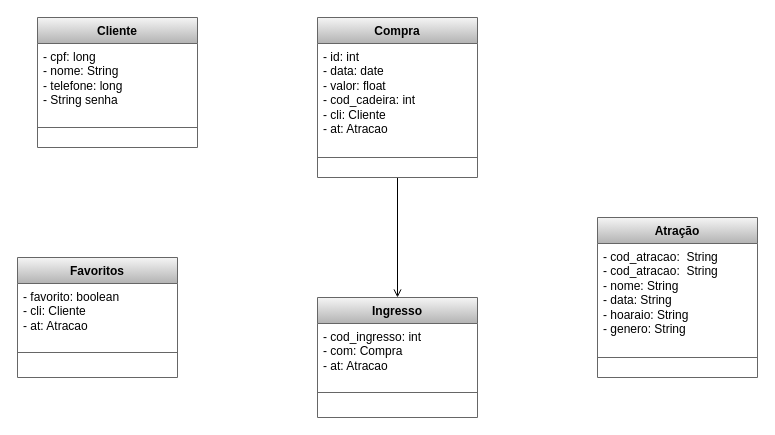
Above: Diagrama de Classes.drawio in JudilenaGalvao/Projeto-POO (draw.io), before the change. Source tidied: cells renumbered, new cells numbered last; positions are measured from the earlier drawing's top-left corner, leaving out a move shared by most shapes. Both pictures are drawn from the tidied source at 100%, with x=0, y=0 at pixel (17, 17).
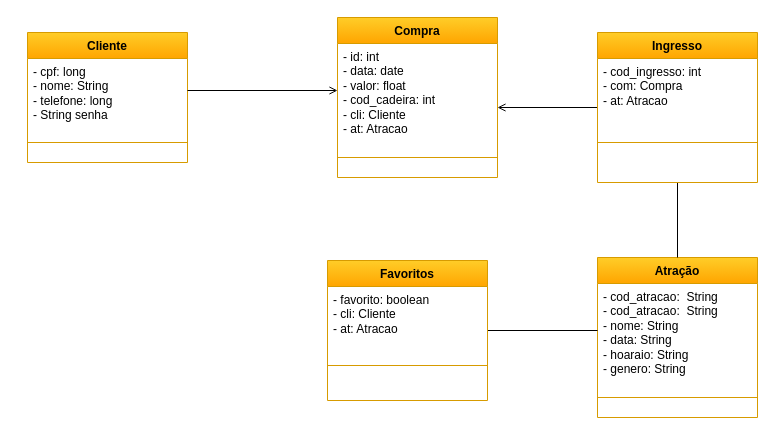
The same diagram, later.

Unchanged cells that the change refers to:
```xml
<mxCell id="3" value="- cod_atracao:&amp;nbsp; String&lt;br&gt;- cod_atracao:&amp;nbsp; String&lt;br&gt;- nome: String&lt;br&gt;- data: String&lt;br&gt;- hoaraio: String&amp;nbsp;&lt;br&gt;- genero: String" style="text;strokeColor=none;fillColor=none;align=left;verticalAlign=top;spacingLeft=4;spacingRight=4;overflow=hidden;points=[[0,0.5],[1,0.5]];portConstraint=eastwest;whiteSpace=wrap;html=1;" parent="2" vertex="1">
  <mxGeometry y="26" width="160" height="94" as="geometry" />
</mxCell>
<mxCell id="6" value="&lt;div&gt;- cpf: long&lt;/div&gt;&lt;div&gt;- nome: String&lt;/div&gt;&lt;div&gt;&lt;span style=&quot;background-color: initial;&quot;&gt;- telefone: long&lt;/span&gt;&lt;/div&gt;&lt;div&gt;&lt;span style=&quot;&quot;&gt;- String senha&lt;/span&gt;&lt;/div&gt;" style="text;strokeColor=none;fillColor=none;align=left;verticalAlign=top;spacingLeft=4;spacingRight=4;overflow=hidden;points=[[0,0.5],[1,0.5]];portConstraint=eastwest;whiteSpace=wrap;html=1;" parent="5" vertex="1">
  <mxGeometry y="26" width="160" height="64" as="geometry" />
</mxCell>
<mxCell id="13" value="&lt;div&gt;- id: int&amp;nbsp;&lt;/div&gt;&lt;div&gt;&lt;span style=&quot;background-color: initial;&quot;&gt;- data: date&lt;/span&gt;&lt;/div&gt;&lt;div&gt;&lt;span style=&quot;&quot;&gt;&lt;/span&gt;&lt;/div&gt;&lt;div&gt;&lt;span style=&quot;white-space: pre;&quot;&gt;- &lt;/span&gt;valor: float&lt;/div&gt;&lt;div&gt;&lt;span style=&quot;white-space: pre;&quot;&gt;- &lt;/span&gt;cod_cadeira: int&lt;/div&gt;&lt;div&gt;&lt;span style=&quot;white-space: pre;&quot;&gt;- &lt;/span&gt;cli: Cliente&lt;/div&gt;&lt;div&gt;&lt;span style=&quot;background-color: initial;&quot;&gt;- at: Atracao&lt;/span&gt;&lt;/div&gt;" style="text;strokeColor=none;fillColor=none;align=left;verticalAlign=top;spacingLeft=4;spacingRight=4;overflow=hidden;points=[[0,0.5],[1,0.5]];portConstraint=eastwest;whiteSpace=wrap;html=1;" parent="12" vertex="1">
  <mxGeometry y="26" width="160" height="94" as="geometry" />
</mxCell>
```

Change to the diagram source:
```diff
@@
-    <mxCell id="2" value="Atração" style="swimlane;fontStyle=1;align=center;verticalAlign=top;horizontal=1;startSize=26;whiteSpace=wrap;html=1;fillColor=#f5f5f5;gradientColor=#b3b3b3;strokeColor=#666666;" parent="1" vertex="1">
-      <mxGeometry x="580" y="200" width="160" height="160" as="geometry" />
+    <mxCell id="2" value="Atração" style="swimlane;fontStyle=1;align=center;verticalAlign=top;horizontal=1;startSize=26;whiteSpace=wrap;html=1;fillColor=#ffcd28;gradientColor=#ffa500;strokeColor=#d79b00;" parent="1" vertex="1">
+      <mxGeometry x="580" y="240" width="160" height="160" as="geometry" />
     </mxCell>
@@
-    <mxCell id="5" value="Cliente" style="swimlane;fontStyle=1;align=center;verticalAlign=top;horizontal=1;startSize=26;whiteSpace=wrap;html=1;fillColor=#f5f5f5;gradientColor=#b3b3b3;strokeColor=#666666;" parent="1" vertex="1">
-      <mxGeometry x="20" width="160" height="130" as="geometry" />
+    <mxCell id="5" value="Cliente" style="swimlane;fontStyle=1;align=center;verticalAlign=top;horizontal=1;startSize=26;whiteSpace=wrap;html=1;fillColor=#ffcd28;gradientColor=#ffa500;strokeColor=#d79b00;" parent="1" vertex="1">
+      <mxGeometry x="10" y="15" width="160" height="130" as="geometry" />
     </mxCell>
@@
+    <mxCell id="18" style="edgeStyle=orthogonalEdgeStyle;shape=connector;rounded=0;jettySize=auto;html=1;exitX=1;exitY=0.5;exitDx=0;exitDy=0;entryX=0;entryY=0.5;entryDx=0;entryDy=0;labelBackgroundColor=default;strokeColor=default;fontFamily=Helvetica;fontSize=11;fontColor=default;endArrow=none;endFill=0;" parent="1" edge="1" source="8" target="3">
+      <mxGeometry relative="1" as="geometry" />
+    </mxCell>
-    <mxCell id="8" value="Favoritos" style="swimlane;fontStyle=1;align=center;verticalAlign=top;horizontal=1;startSize=26;whiteSpace=wrap;html=1;fillColor=#f5f5f5;gradientColor=#b3b3b3;strokeColor=#666666;" parent="1" vertex="1">
-      <mxGeometry y="240" width="160" height="120" as="geometry" />
+    <mxCell id="8" value="Favoritos" style="swimlane;fontStyle=1;align=center;verticalAlign=top;horizontal=1;startSize=26;whiteSpace=wrap;html=1;fillColor=#ffcd28;gradientColor=#ffa500;strokeColor=#d79b00;" parent="1" vertex="1">
+      <mxGeometry x="310" y="243" width="160" height="140" as="geometry" />
     </mxCell>
@@
     <mxCell id="10" style="line;strokeWidth=1;fillColor=none;align=left;verticalAlign=middle;spacingTop=-1;spacingLeft=3;spacingRight=3;labelPosition=right;strokeColor=inherit;" parent="8" vertex="1">
-      <mxGeometry y="70" width="160" height="50" as="geometry" />
+      <mxGeometry y="70" width="160" height="70" as="geometry" />
     </mxCell>
-    <mxCell id="11" style="edgeStyle=orthogonalEdgeStyle;rounded=0;jettySize=auto;html=1;exitX=0.5;exitY=1;exitDx=0;exitDy=0;entryX=0.5;entryY=0;entryDx=0;entryDy=0;endArrow=open;endFill=0;" parent="1" edge="1" source="12" target="15">
-      <mxGeometry relative="1" as="geometry" />
-    </mxCell>
-    <mxCell id="12" value="Compra" style="swimlane;fontStyle=1;align=center;verticalAlign=top;horizontal=1;startSize=26;whiteSpace=wrap;html=1;fillColor=#f5f5f5;gradientColor=#b3b3b3;strokeColor=#666666;" parent="1" vertex="1">
-      <mxGeometry x="300" width="160" height="160" as="geometry" />
+    <mxCell id="12" value="Compra" style="swimlane;fontStyle=1;align=center;verticalAlign=top;horizontal=1;startSize=26;whiteSpace=wrap;html=1;fillColor=#ffcd28;gradientColor=#ffa500;strokeColor=#d79b00;" parent="1" vertex="1">
+      <mxGeometry x="320" width="160" height="160" as="geometry" />
     </mxCell>
@@
+    <mxCell id="19" style="edgeStyle=orthogonalEdgeStyle;shape=connector;rounded=0;jettySize=auto;html=1;exitX=0;exitY=0.5;exitDx=0;exitDy=0;entryX=1;entryY=0.681;entryDx=0;entryDy=0;entryPerimeter=0;labelBackgroundColor=default;strokeColor=default;fontFamily=Helvetica;fontSize=11;fontColor=default;endArrow=open;endFill=0;" parent="1" edge="1" source="15" target="13">
+      <mxGeometry relative="1" as="geometry" />
+    </mxCell>
+    <mxCell id="20" style="edgeStyle=orthogonalEdgeStyle;shape=connector;rounded=0;jettySize=auto;html=1;exitX=0.5;exitY=1;exitDx=0;exitDy=0;entryX=0.5;entryY=0;entryDx=0;entryDy=0;labelBackgroundColor=default;strokeColor=default;fontFamily=Helvetica;fontSize=11;fontColor=default;endArrow=none;endFill=0;" parent="1" edge="1" source="15" target="2">
+      <mxGeometry relative="1" as="geometry" />
+    </mxCell>
-    <mxCell id="15" value="Ingresso" style="swimlane;fontStyle=1;align=center;verticalAlign=top;horizontal=1;startSize=26;whiteSpace=wrap;html=1;fillColor=#f5f5f5;gradientColor=#b3b3b3;strokeColor=#666666;" parent="1" vertex="1">
-      <mxGeometry x="300" y="280" width="160" height="120" as="geometry" />
+    <mxCell id="15" value="Ingresso" style="swimlane;fontStyle=1;align=center;verticalAlign=top;horizontal=1;startSize=26;whiteSpace=wrap;html=1;fillColor=#ffcd28;gradientColor=#ffa500;strokeColor=#d79b00;" parent="1" vertex="1">
+      <mxGeometry x="580" y="15" width="160" height="150" as="geometry" />
     </mxCell>
@@
     <mxCell id="17" style="line;strokeWidth=1;fillColor=none;align=left;verticalAlign=middle;spacingTop=-1;spacingLeft=3;spacingRight=3;labelPosition=right;strokeColor=inherit;" parent="15" vertex="1">
-      <mxGeometry y="70" width="160" height="50" as="geometry" />
+      <mxGeometry y="70" width="160" height="80" as="geometry" />
     </mxCell>
+    <mxCell id="21" style="edgeStyle=orthogonalEdgeStyle;rounded=0;jettySize=auto;html=1;exitX=1;exitY=0.5;exitDx=0;exitDy=0;entryX=0;entryY=0.5;entryDx=0;entryDy=0;endArrow=open;endFill=0;" parent="1" edge="1" source="6" target="13">
+      <mxGeometry relative="1" as="geometry" />
+    </mxCell>
```
